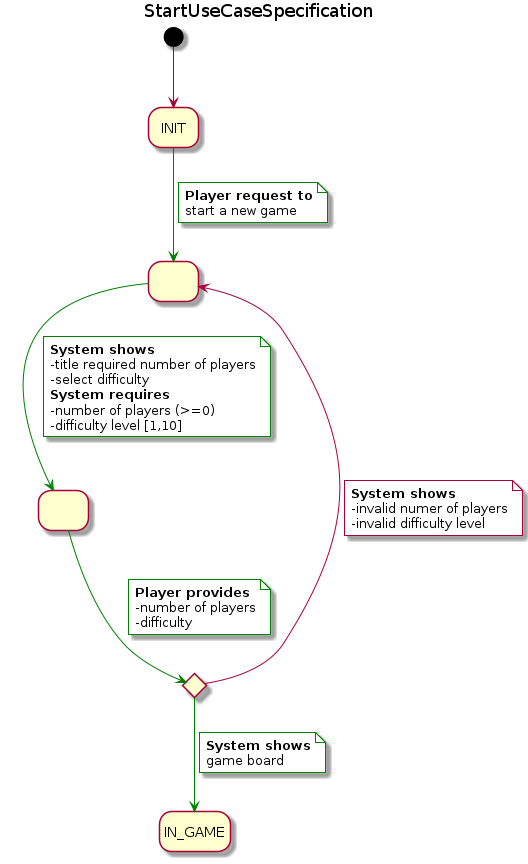
This is docs/output/use-cases/specification/StartUseCaseSpecification.png from Master-Desarrollo-20-21/patrones-diseno---practica-final---juego-de-las-damas-fraylopez, a PlantUML export, as it was before one commit. The source it was exported from:
```plantuml
@startuml StartUseCaseSpecification
title StartUseCaseSpecification
skinparam NoteBackgroundColor white
hide empty description
state INIT as "INIT"
state startedGame as " "
state numberOfPlayers as " "
state ifValidNumberOfPlayers <<choice>>

[*] --> INIT
INIT -[#green]-> startedGame
note on link #white
  <b>Player request to
  start a new game
end note
startedGame -[#green]-> numberOfPlayers
note on link
  <b>System shows
  -title required number of players
  -select difficulty
  <b>System requires
  -number of players (>=0)
  -difficulty level [1,10]
end note
numberOfPlayers -[#green]-> ifValidNumberOfPlayers
note on link
  <b>Player provides
  -number of players
  -difficulty
end note
ifValidNumberOfPlayers --> startedGame
note on link
  <b>System shows
  -invalid numer of players
  -invalid difficulty level
end note
ifValidNumberOfPlayers -[#green]-> IN_GAME
note on link
  <b>System shows
  game board
end note

@enduml
```
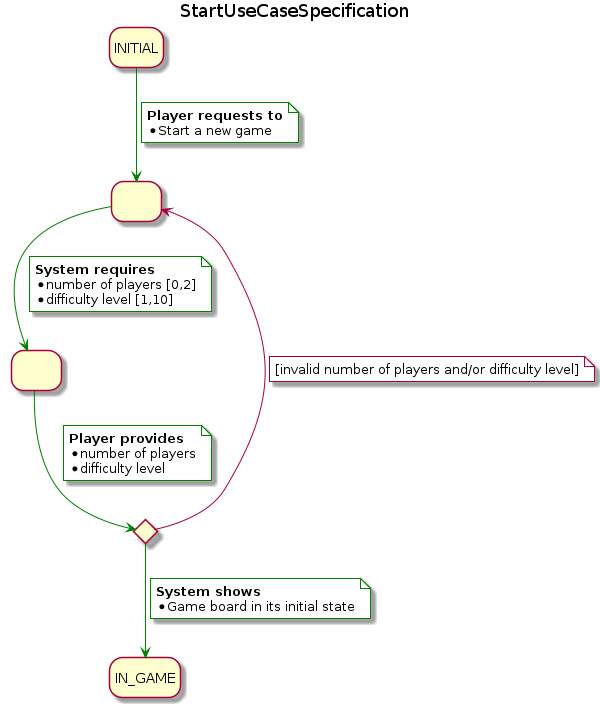
After the commit.

The edit, as a diff of the source:
```diff
@@ -2,42 +2,41 @@
 title StartUseCaseSpecification
 skinparam NoteBackgroundColor white
 hide empty description
-state INIT as "INIT"
+
 state startedGame as " "
 state numberOfPlayers as " "
 state ifValidNumberOfPlayers <<choice>>
 
-[*] --> INIT
-INIT -[#green]-> startedGame
+
+INITIAL -[#green]-> startedGame
 note on link #white
-  <b>Player request to
-  start a new game
+  <b>Player requests to
+  * Start a new game
 end note
+
 startedGame -[#green]-> numberOfPlayers
 note on link
-  <b>System shows
-  -title required number of players
-  -select difficulty
   <b>System requires
-  -number of players (>=0)
-  -difficulty level [1,10]
+  * number of players [0,2]
+  * difficulty level [1,10]
 end note
+
 numberOfPlayers -[#green]-> ifValidNumberOfPlayers
 note on link
   <b>Player provides
-  -number of players
-  -difficulty
+  * number of players
+  * difficulty level
 end note
+
 ifValidNumberOfPlayers --> startedGame
 note on link
-  <b>System shows
-  -invalid numer of players
-  -invalid difficulty level
+  [invalid number of players and/or difficulty level]
 end note
+
 ifValidNumberOfPlayers -[#green]-> IN_GAME
 note on link
   <b>System shows
-  game board
+  * Game board in its initial state
 end note
 
 @enduml
```
